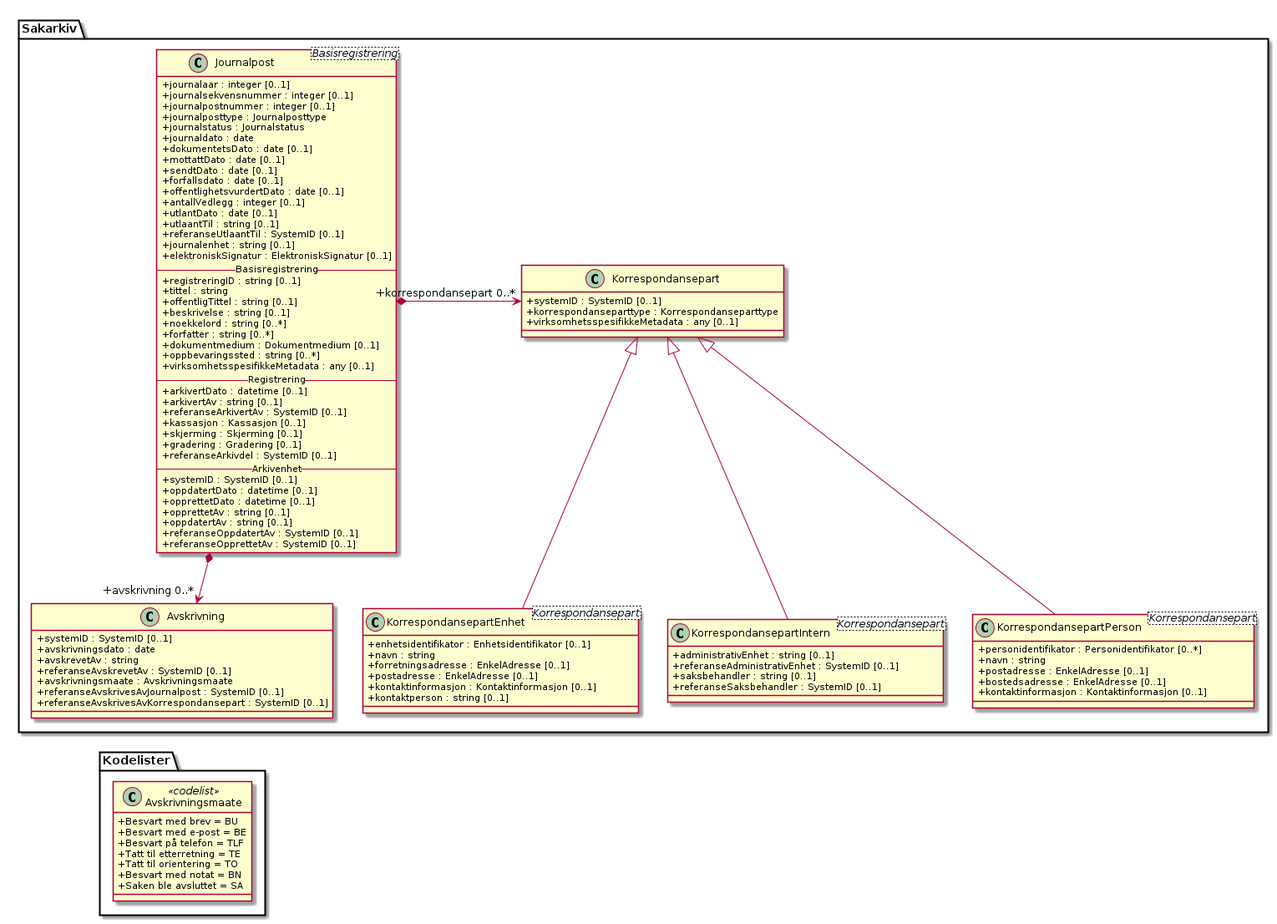
arkivverket/noark5-tjenestegrensesnitt-standard keeps this PlantUML diagram as kapitler/media/uml-klasse-avskrivning.png. Above is the earlier version.
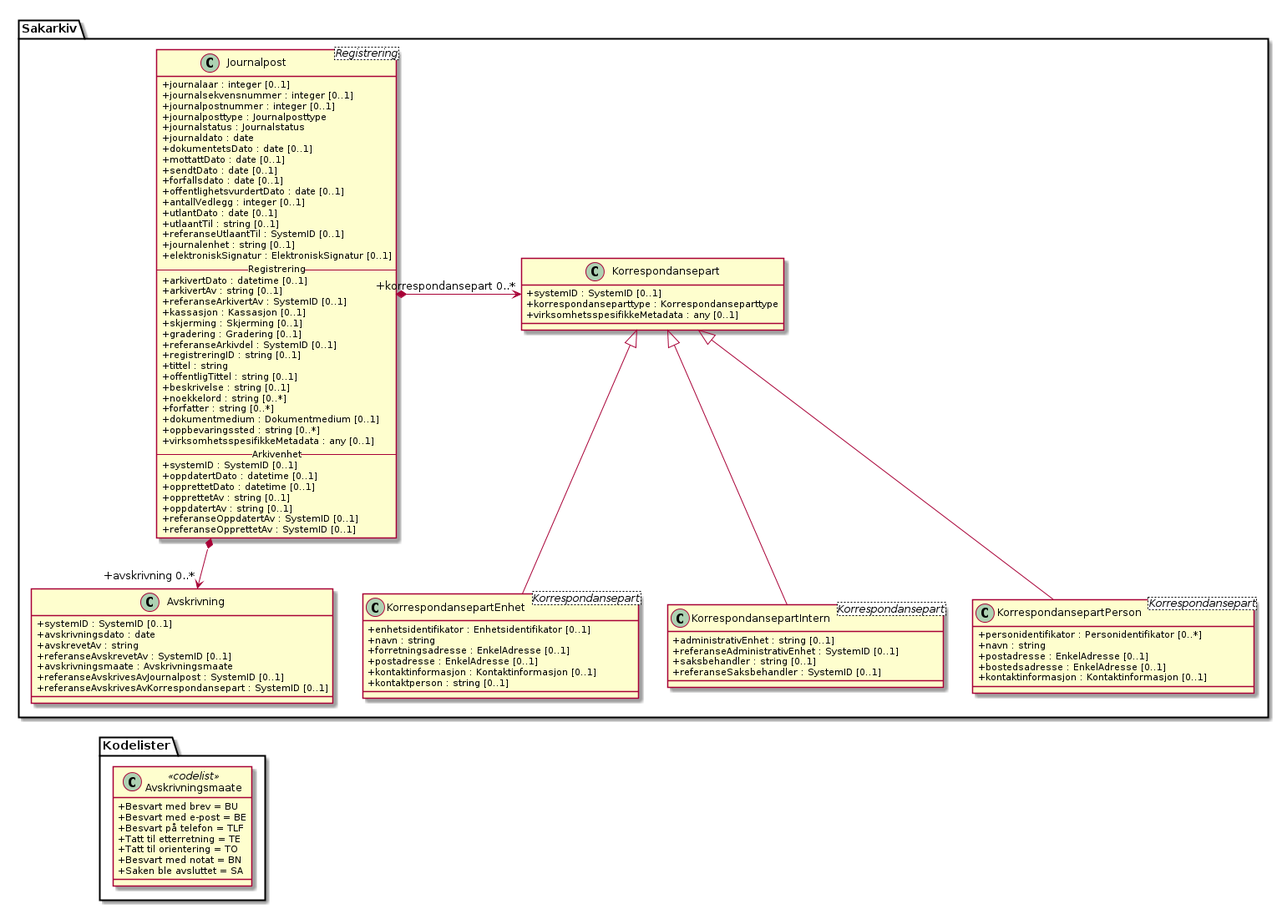
The same diagram one commit later.

The edit, as a diff of the source:
```diff
@@ -1,7 +1,7 @@
 @startuml
 skinparam classAttributeIconSize 0
 
-class Sakarkiv.Journalpost <Basisregistrering> {
+class Sakarkiv.Journalpost <Registrering> {
   +journalaar : integer [0..1]
   +journalsekvensnummer : integer [0..1]
   +journalpostnummer : integer [0..1]
@@ -20,7 +20,14 @@
   +journalenhet : string [0..1]
   +elektroniskSignatur : ElektroniskSignatur [0..1]
 
-  -- Basisregistrering --
+  -- Registrering --
+  +arkivertDato : datetime [0..1]
+  +arkivertAv : string [0..1]
+  +referanseArkivertAv : SystemID [0..1]
+  +kassasjon : Kassasjon [0..1]
+  +skjerming : Skjerming [0..1]
+  +gradering : Gradering [0..1]
+  +referanseArkivdel : SystemID [0..1]
   +registreringID : string [0..1]
   +tittel : string
   +offentligTittel : string [0..1]
@@ -30,15 +37,6 @@
   +dokumentmedium : Dokumentmedium [0..1]
   +oppbevaringssted : string [0..*]
   +virksomhetsspesifikkeMetadata : any [0..1]
-
-  -- Registrering --
-  +arkivertDato : datetime [0..1]
-  +arkivertAv : string [0..1]
-  +referanseArkivertAv : SystemID [0..1]
-  +kassasjon : Kassasjon [0..1]
-  +skjerming : Skjerming [0..1]
-  +gradering : Gradering [0..1]
-  +referanseArkivdel : SystemID [0..1]
 
   -- Arkivenhet --
   +systemID : SystemID [0..1]
```
